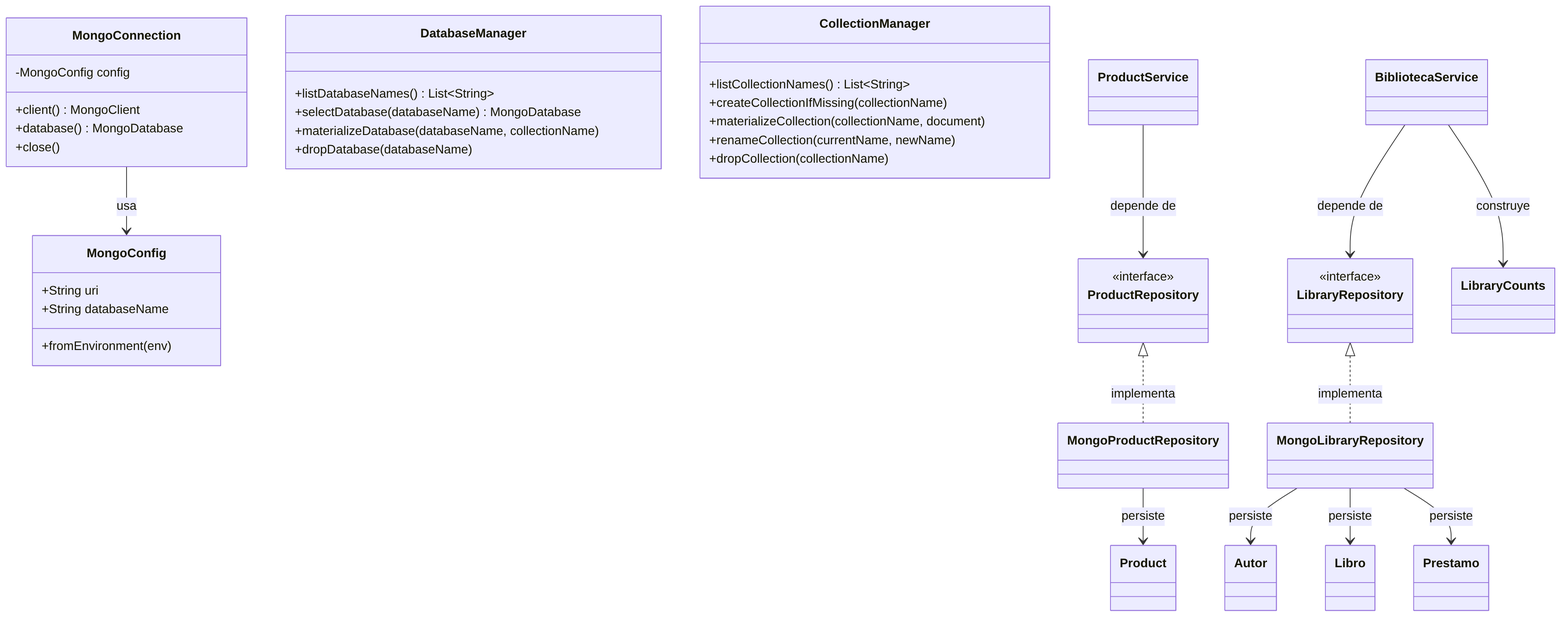
revilofe/2526_PRO_U8_TallerMongo keeps this Mermaid diagram as doc/assets/taller_mongodb/diagrama-clases.png. Above is the earlier version. Its source is kept beside it as doc/assets/taller_mongodb/diagrama-clases.mmd. The source it was exported from:
```mermaid
classDiagram
    class MongoConfig {
        +String uri
        +String databaseName
        +fromEnvironment(env)
    }

    class MongoConnection {
        -MongoConfig config
        +client() MongoClient
        +database() MongoDatabase
        +close()
    }

    class DatabaseManager {
        +listDatabaseNames() List~String~
        +selectDatabase(databaseName) MongoDatabase
        +materializeDatabase(databaseName, collectionName)
        +dropDatabase(databaseName)
    }

    class CollectionManager {
        +listCollectionNames() List~String~
        +createCollectionIfMissing(collectionName)
        +materializeCollection(collectionName, document)
        +renameCollection(currentName, newName)
        +dropCollection(collectionName)
    }

    class ProductService
    class ProductRepository {
        <<interface>>
    }
    class MongoProductRepository
    class BibliotecaService
    class LibraryRepository {
        <<interface>>
    }
    class MongoLibraryRepository
    class Product
    class Autor
    class Libro
    class Prestamo
    class LibraryCounts

    MongoConnection --> MongoConfig : usa
    ProductService --> ProductRepository : depende de
    ProductRepository <|.. MongoProductRepository : implementa
    MongoProductRepository --> Product : persiste
    BibliotecaService --> LibraryRepository : depende de
    LibraryRepository <|.. MongoLibraryRepository : implementa
    MongoLibraryRepository --> Autor : persiste
    MongoLibraryRepository --> Libro : persiste
    MongoLibraryRepository --> Prestamo : persiste
    BibliotecaService --> LibraryCounts : construye
```
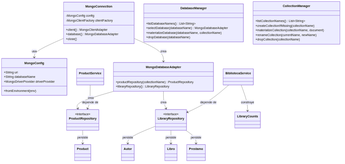
The same diagram one commit later.

Diff of the diagram source:
```diff
@@ -2,19 +2,21 @@
     class MongoConfig {
         +String uri
         +String databaseName
+        +MongoDriverProvider driverProvider
         +fromEnvironment(env)
     }
 
     class MongoConnection {
         -MongoConfig config
-        +client() MongoClient
-        +database() MongoDatabase
+        -MongoClientFactory clientFactory
+        +client() MongoClientAdapter
+        +database() MongoDatabaseAdapter
         +close()
     }
 
     class DatabaseManager {
         +listDatabaseNames() List~String~
-        +selectDatabase(databaseName) MongoDatabase
+        +selectDatabase(databaseName) MongoDatabaseAdapter
         +materializeDatabase(databaseName, collectionName)
         +dropDatabase(databaseName)
     }
@@ -31,12 +33,14 @@
     class ProductRepository {
         <<interface>>
     }
-    class MongoProductRepository
     class BibliotecaService
     class LibraryRepository {
         <<interface>>
     }
-    class MongoLibraryRepository
+    class MongoDatabaseAdapter {
+        +productRepository(collectionName) ProductRepository
+        +libraryRepository() LibraryRepository
+    }
     class Product
     class Autor
     class Libro
@@ -44,12 +48,13 @@
     class LibraryCounts
 
     MongoConnection --> MongoConfig : usa
+    MongoConnection --> MongoDatabaseAdapter : crea
+    MongoDatabaseAdapter --> ProductRepository : crea
+    MongoDatabaseAdapter --> LibraryRepository : crea
     ProductService --> ProductRepository : depende de
-    ProductRepository <|.. MongoProductRepository : implementa
-    MongoProductRepository --> Product : persiste
     BibliotecaService --> LibraryRepository : depende de
-    LibraryRepository <|.. MongoLibraryRepository : implementa
-    MongoLibraryRepository --> Autor : persiste
-    MongoLibraryRepository --> Libro : persiste
-    MongoLibraryRepository --> Prestamo : persiste
+    ProductRepository --> Product : persiste
+    LibraryRepository --> Autor : persiste
+    LibraryRepository --> Libro : persiste
+    LibraryRepository --> Prestamo : persiste
     BibliotecaService --> LibraryCounts : construye
```
